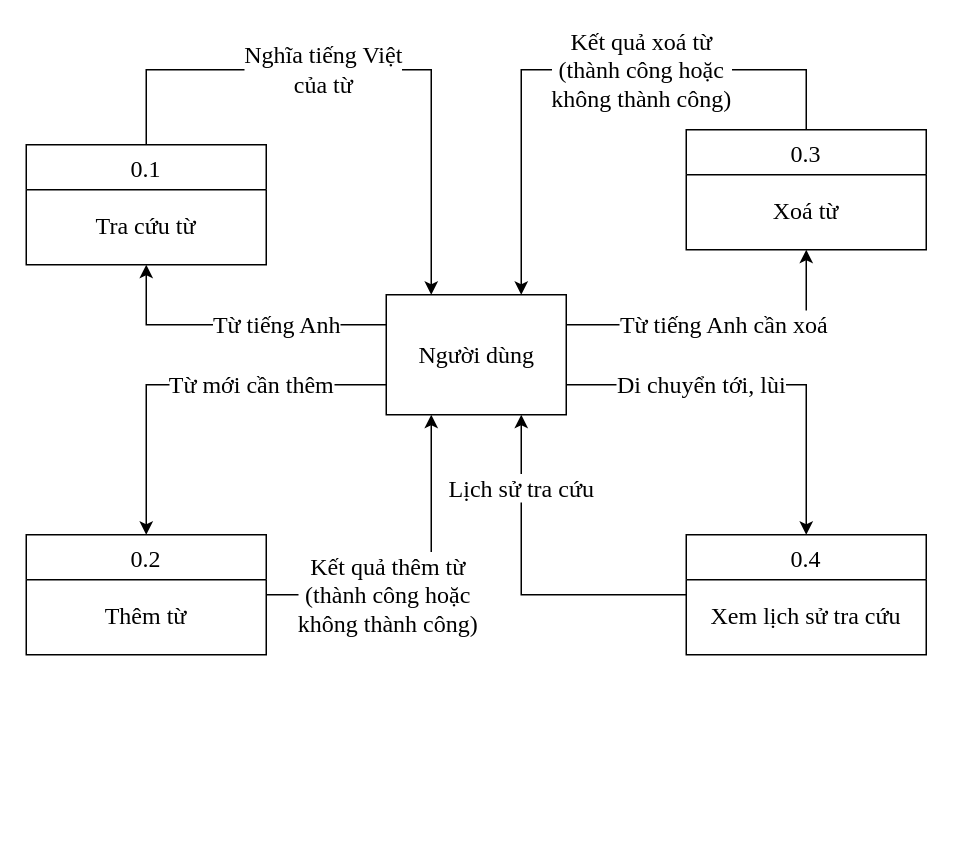
Before: page "level 0" (2 of 3) of docs/diagram/dfd.drawio in daomtthuan/dictionary, a draw.io diagram. Source tidied: cells renumbered, new cells numbered last; positions are measured from the earlier drawing's top-left corner, leaving out a move shared by most shapes. Both pictures are drawn from the tidied source at 150%, with x=0, y=0 at pixel (26, 69).
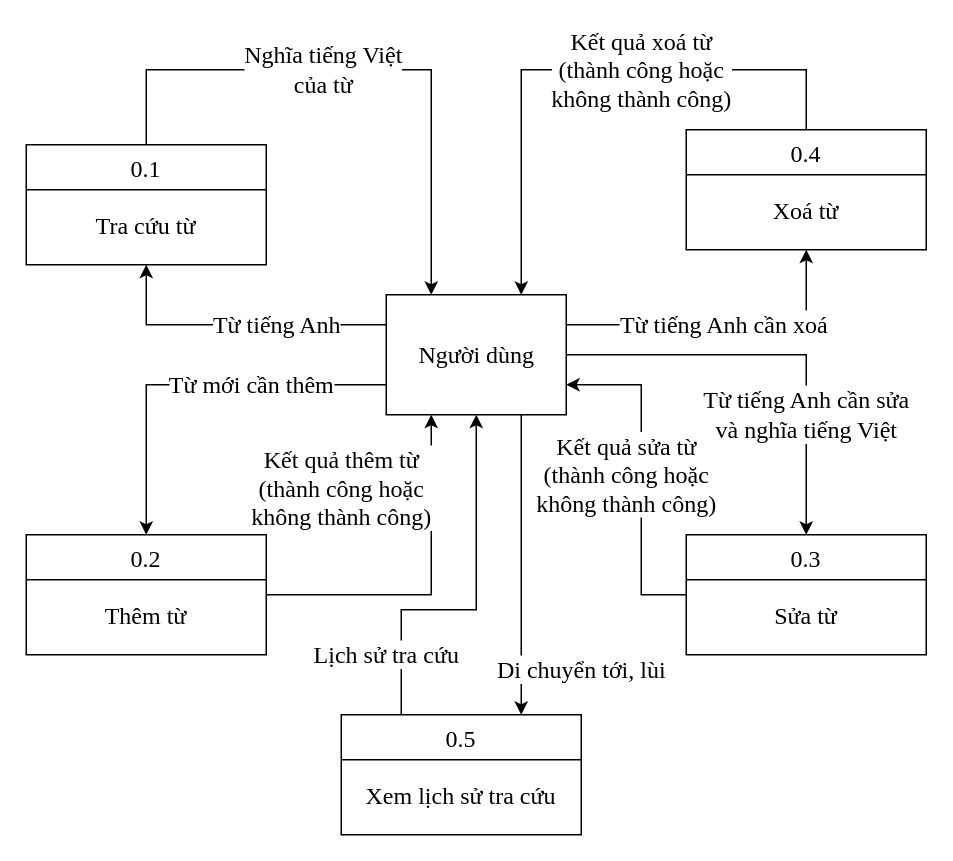
After the change.

The change refers to these unchanged cells:
```xml
<mxCell id="6" value="Người dùng" style="html=1;dashed=0;whitespace=wrap;fontFamily=Times New Roman;fontSize=16;" parent="1" vertex="1">
  <mxGeometry x="240" y="150" width="120" height="80" as="geometry" />
</mxCell>
<mxCell id="11" value="0.2&#10;&#10;Thêm từ" style="swimlane;fontStyle=0;horizontal=1;startSize=30;fillColor=#ffffff;swimlaneFillColor=#ffffff;fontFamily=Times New Roman;fontSize=16;verticalAlign=top;" parent="1" vertex="1">
  <mxGeometry y="310" width="160" height="80" as="geometry" />
</mxCell>
```

Change to the diagram source:
```diff
@@
-    <mxCell id="5" value="Di chuyển tới, lùi" style="edgeStyle=orthogonalEdgeStyle;rounded=0;jettySize=auto;html=1;exitX=1;exitY=0.75;exitDx=0;exitDy=0;fontFamily=Times New Roman;fontSize=16;" parent="1" edge="1" source="6" target="12">
-      <mxGeometry x="-0.31" relative="1" as="geometry" />
+    <mxCell id="5" value="Di chuyển tới, lùi" style="edgeStyle=orthogonalEdgeStyle;rounded=0;jettySize=auto;html=1;exitX=0.75;exitY=1;exitDx=0;exitDy=0;fontFamily=Times New Roman;fontSize=16;entryX=0.75;entryY=0;entryDx=0;entryDy=0;" parent="1" edge="1" source="6" target="12">
+      <mxGeometry x="0.7" y="40" relative="1" as="geometry" />
     </mxCell>
+    <mxCell id="15" value="&lt;span style=&quot;font-family: &amp;#34;times new roman&amp;#34; ; font-size: 16px&quot;&gt;Từ tiếng Anh cần sửa&lt;/span&gt;&lt;br style=&quot;font-family: &amp;#34;times new roman&amp;#34; ; font-size: 16px&quot;&gt;&lt;span style=&quot;font-family: &amp;#34;times new roman&amp;#34; ; font-size: 16px&quot;&gt;và nghĩa tiếng Việt&lt;/span&gt;" style="edgeStyle=orthogonalEdgeStyle;rounded=0;jettySize=auto;html=1;entryX=0.5;entryY=0;entryDx=0;entryDy=0;" parent="1" edge="1" source="6" target="17">
+      <mxGeometry x="0.14" y="-40" relative="1" as="geometry">
+        <mxPoint x="40" y="40" as="offset" />
+      </mxGeometry>
+    </mxCell>
@@
     <mxCell id="8" value="Kết quả thêm từ&lt;br&gt;(thành công hoặc&lt;br&gt;không thành công)" style="edgeStyle=orthogonalEdgeStyle;rounded=0;jettySize=auto;html=1;entryX=0.25;entryY=1;entryDx=0;entryDy=0;fontFamily=Times New Roman;fontSize=16;" parent="1" edge="1" source="11" target="6">
-      <mxGeometry x="-0.3" relative="1" as="geometry" />
+      <mxGeometry x="0.57" y="60" relative="1" as="geometry" />
     </mxCell>
@@
-    <mxCell id="10" value="Lịch sử tra cứu" style="edgeStyle=orthogonalEdgeStyle;rounded=0;jettySize=auto;html=1;entryX=0.75;entryY=1;entryDx=0;entryDy=0;fontFamily=Times New Roman;fontSize=16;" parent="1" edge="1" source="12" target="6">
-      <mxGeometry x="0.57" relative="1" as="geometry" />
+    <mxCell id="10" value="Lịch sử tra cứu" style="edgeStyle=orthogonalEdgeStyle;rounded=0;jettySize=auto;html=1;fontFamily=Times New Roman;fontSize=16;entryX=0.5;entryY=1;entryDx=0;entryDy=0;exitX=0.25;exitY=0;exitDx=0;exitDy=0;" parent="1" edge="1" source="12" target="6">
+      <mxGeometry x="-0.68" y="10" relative="1" as="geometry">
+        <Array as="points">
+          <mxPoint x="250" y="360" />
+          <mxPoint x="300" y="360" />
+        </Array>
+      </mxGeometry>
     </mxCell>
@@
-    <mxCell id="12" value="0.4&#10;&#10;Xem lịch sử tra cứu" style="swimlane;fontStyle=0;horizontal=1;startSize=30;fillColor=#ffffff;swimlaneFillColor=#ffffff;fontFamily=Times New Roman;fontSize=16;verticalAlign=top;" parent="1" vertex="1">
-      <mxGeometry x="440" y="310" width="160" height="80" as="geometry" />
-    </mxCell>
-    <mxCell id="13" value="0.3&#10;&#10;Xoá từ" style="swimlane;fontStyle=0;horizontal=1;startSize=30;fillColor=#ffffff;swimlaneFillColor=#ffffff;fontFamily=Times New Roman;fontSize=16;verticalAlign=top;" parent="1" vertex="1">
+    <mxCell id="13" value="0.4&#10;&#10;Xoá từ" style="swimlane;fontStyle=0;horizontal=1;startSize=30;fillColor=#ffffff;swimlaneFillColor=#ffffff;fontFamily=Times New Roman;fontSize=16;verticalAlign=top;" parent="1" vertex="1">
       <mxGeometry x="440" y="40" width="160" height="80" as="geometry" />
     </mxCell>
@@
+    <mxCell id="16" value="&lt;span style=&quot;font-family: &amp;#34;times new roman&amp;#34; ; font-size: 16px&quot;&gt;Kết quả sửa từ&lt;/span&gt;&lt;br style=&quot;font-family: &amp;#34;times new roman&amp;#34; ; font-size: 16px&quot;&gt;&lt;span style=&quot;font-family: &amp;#34;times new roman&amp;#34; ; font-size: 16px&quot;&gt;(thành công hoặc&lt;/span&gt;&lt;br style=&quot;font-family: &amp;#34;times new roman&amp;#34; ; font-size: 16px&quot;&gt;&lt;span style=&quot;font-family: &amp;#34;times new roman&amp;#34; ; font-size: 16px&quot;&gt;không thành công)&lt;/span&gt;" style="edgeStyle=orthogonalEdgeStyle;rounded=0;jettySize=auto;html=1;entryX=1;entryY=0.75;entryDx=0;entryDy=0;" parent="1" edge="1" source="17" target="6">
+      <mxGeometry y="10" relative="1" as="geometry">
+        <Array as="points">
+          <mxPoint x="410" y="350" />
+          <mxPoint x="410" y="210" />
+        </Array>
+      </mxGeometry>
+    </mxCell>
+    <mxCell id="17" value="0.3&#10;&#10;Sửa từ" style="swimlane;fontStyle=0;horizontal=1;startSize=30;fillColor=#ffffff;swimlaneFillColor=#ffffff;fontFamily=Times New Roman;fontSize=16;verticalAlign=top;" parent="1" vertex="1">
+      <mxGeometry x="440" y="310" width="160" height="80" as="geometry" />
+    </mxCell>
+    <mxCell id="12" value="0.5&#10;&#10;Xem lịch sử tra cứu" style="swimlane;fontStyle=0;horizontal=1;startSize=30;fillColor=#ffffff;swimlaneFillColor=#ffffff;fontFamily=Times New Roman;fontSize=16;verticalAlign=top;" parent="1" vertex="1">
+      <mxGeometry x="210" y="430" width="160" height="80" as="geometry" />
+    </mxCell>
```
